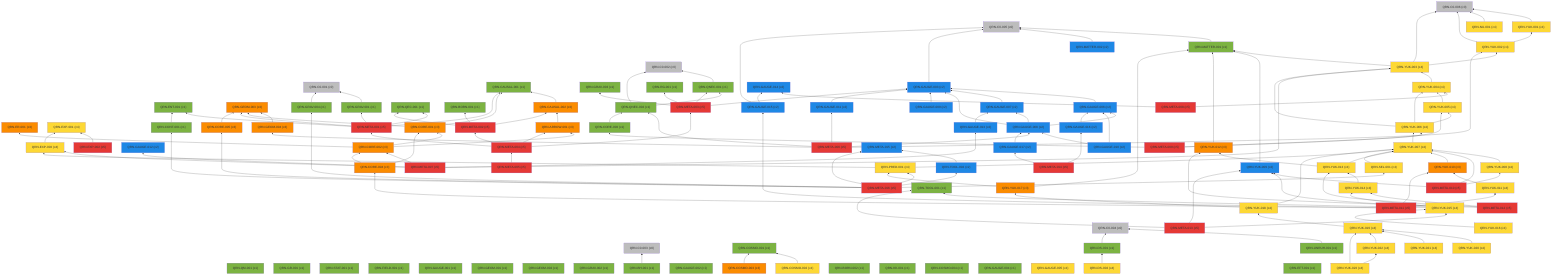
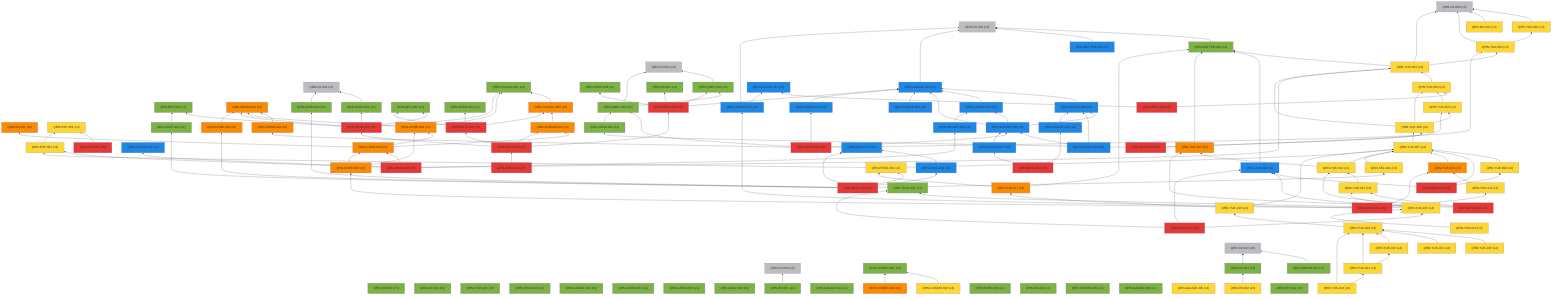
%% 自動生成 (dag/report.pl) — QRN 主張依存グラフ
graph BT
  QRN_C0_001["QRN-C0-001 (c0)"]:::c0
  QRN_C0_002["QRN-C0-002 (c0)"]:::c0
  QRN_C0_003["QRN-C0-003 (c0)"]:::c0
  QRN_C0_004["QRN-C0-004 (c0)"]:::c0
  QRN_C0_005["QRN-C0-005 (c0)"]:::c0
  QRN_C0_006["QRN-C0-006 (c0)"]:::c0
  QRN_QM_001["QRN-QM-001 (c1)"]:::c1
  QRN_GR_001["QRN-GR-001 (c1)"]:::c1
  QRN_STAT_001["QRN-STAT-001 (c1)"]:::c1
  QRN_FIELD_001["QRN-FIELD-001 (c1)"]:::c1
  QRN_GAUGE_001["QRN-GAUGE-001 (c1)"]:::c1
  QRN_ENT_001["QRN-ENT-001 (c1)"]:::c1
  QRN_GEOM_001["QRN-GEOM-001 (c1)"]:::c1
  QRN_GEOM_002["QRN-GEOM-002 (c1)"]:::c1
  QRN_GEOM_003["QRN-GEOM-003 (c3)"]:::c3
  QRN_GRAV_001["QRN-GRAV-001 (c1)"]:::c1
  QRN_GRAV_002["QRN-GRAV-002 (c1)"]:::c1
  QRN_BH_001["QRN-BH-001 (c1)"]:::c1
  QRN_CAUSAL_001["QRN-CAUSAL-001 (c1)"]:::c1
  QRN_CAUSAL_002["QRN-CAUSAL-002 (c3)"]:::c3
  QRN_ER_001["QRN-ER-001 (c3)"]:::c3
  QRN_QEC_001["QRN-QEC-001 (c1)"]:::c1
  QRN_GAUGE_002["QRN-GAUGE-002 (c1)"]:::c1
  QRN_COSMO_001["QRN-COSMO-001 (c1)"]:::c1
  QRN_COSMO_002["QRN-COSMO-002 (c4)"]:::c4
  QRN_COSMO_003["QRN-COSMO-003 (c3)"]:::c3
  QRN_BORN_001["QRN-BORN-001 (c1)"]:::c1
  QRN_BORN_002["QRN-BORN-002 (c1)"]:::c1
  QRN_GRAV_003["QRN-GRAV-003 (c1)"]:::c1
  QRN_KK_001["QRN-KK-001 (c1)"]:::c1
  QRN_MATTER_001["QRN-MATTER-001 (c1)"]:::c1
  QRN_MATTER_002["QRN-MATTER-002 (c2)"]:::c2
  QRN_COSMO_004["QRN-COSMO-004 (c1)"]:::c1
  QRN_EXP_001["QRN-EXP-001 (c4)"]:::c4
  QRN_GAUGE_003["QRN-GAUGE-003 (c2)"]:::c2
  QRN_GAUGE_004["QRN-GAUGE-004 (c1)"]:::c1
  QRN_GAUGE_005["QRN-GAUGE-005 (c4)"]:::c4
  QRN_YUK_001["QRN-YUK-001 (c4)"]:::c4
  QRN_RG_001["QRN-RG-001 (c1)"]:::c1
  QRN_UNRUH_001["QRN-UNRUH-001 (c1)"]:::c1
  QRN_QNEC_001["QRN-QNEC-001 (c1)"]:::c1
  QRN_NU_001["QRN-NU-001 (c4)"]:::c4
  QRN_GAUGE_006["QRN-GAUGE-006 (c2)"]:::c2
  QRN_DS_001["QRN-DS-001 (c1)"]:::c1
  QRN_DS_002["QRN-DS-002 (c4)"]:::c4
  QRN_ARROW_001["QRN-ARROW-001 (c3)"]:::c3
  QRN_GAUGE_007["QRN-GAUGE-007 (c2)"]:::c2
  QRN_EFT_001["QRN-EFT-001 (c1)"]:::c1
  QRN_GAUGE_008["QRN-GAUGE-008 (c2)"]:::c2
  QRN_GAUGE_009["QRN-GAUGE-009 (c2)"]:::c2
  QRN_GAUGE_010["QRN-GAUGE-010 (c2)"]:::c2
  QRN_QNEC_002["QRN-QNEC-002 (c1)"]:::c1
  QRN_GEOM_004["QRN-GEOM-004 (c3)"]:::c3
  QRN_YUK_002["QRN-YUK-002 (c4)"]:::c4
  QRN_EXP_002["QRN-EXP-002 (c5)"]:::c5
  QRN_CORE_001["QRN-CORE-001 (c3)"]:::c3
  QRN_GAUGE_011["QRN-GAUGE-011 (c2)"]:::c2
  QRN_GAUGE_012["QRN-GAUGE-012 (c2)"]:::c2
  QRN_YUK_003["QRN-YUK-003 (c4)"]:::c4
  QRN_EXP_003["QRN-EXP-003 (c4)"]:::c4
  QRN_CORE_002["QRN-CORE-002 (c3)"]:::c3
  QRN_GAUGE_013["QRN-GAUGE-013 (c2)"]:::c2
  QRN_YUK_004["QRN-YUK-004 (c4)"]:::c4
  QRN_GAUGE_014["QRN-GAUGE-014 (c2)"]:::c2
  QRN_META_001["QRN-META-001 (c5)"]:::c5
  QRN_META_002["QRN-META-002 (c5)"]:::c5
  QRN_META_003["QRN-META-003 (c5)"]:::c5
  QRN_META_004["QRN-META-004 (c5)"]:::c5
  QRN_META_005["QRN-META-005 (c5)"]:::c5
  QRN_META_006["QRN-META-006 (c5)"]:::c5
  QRN_META_007["QRN-META-007 (c5)"]:::c5
  QRN_META_008["QRN-META-008 (c5)"]:::c5
  QRN_YUK_005["QRN-YUK-005 (c4)"]:::c4
  QRN_YUK_006["QRN-YUK-006 (c4)"]:::c4
  QRN_CORE_003["QRN-CORE-003 (c1)"]:::c1
  QRN_META_009["QRN-META-009 (c5)"]:::c5
  QRN_YUK_007["QRN-YUK-007 (c4)"]:::c4
  QRN_YUK_008["QRN-YUK-008 (c4)"]:::c4
  QRN_YUK_009["QRN-YUK-009 (c2)"]:::c2
  QRN_META_010["QRN-META-010 (c5)"]:::c5
  QRN_GAUGE_015["QRN-GAUGE-015 (c2)"]:::c2
  QRN_YUK_010["QRN-YUK-010 (c3)"]:::c3
  QRN_YUK_011["QRN-YUK-011 (c4)"]:::c4
  QRN_CORE_004["QRN-CORE-004 (c3)"]:::c3
  QRN_META_011["QRN-META-011 (c5)"]:::c5
  QRN_YUK_012["QRN-YUK-012 (c3)"]:::c3
  QRN_YUK_013["QRN-YUK-013 (c4)"]:::c4
  QRN_YUK_014["QRN-YUK-014 (c4)"]:::c4
  QRN_META_012["QRN-META-012 (c5)"]:::c5
  QRN_TOOL_001["QRN-TOOL-001 (c1)"]:::c1
  QRN_YUK_015["QRN-YUK-015 (c4)"]:::c4
  QRN_META_013["QRN-META-013 (c5)"]:::c5
  QRN_GAUGE_016["QRN-GAUGE-016 (c2)"]:::c2
  QRN_GAUGE_017["QRN-GAUGE-017 (c2)"]:::c2
  QRN_META_014["QRN-META-014 (c5)"]:::c5
  QRN_META_015["QRN-META-015 (c2)"]:::c2
  QRN_TOOL_002["QRN-TOOL-002 (c2)"]:::c2
  QRN_CORE_005["QRN-CORE-005 (c3)"]:::c3
  QRN_CONT_001["QRN-CONT-001 (c1)"]:::c1
  QRN_SEL_001["QRN-SEL-001 (c4)"]:::c4
  QRN_GRAV_004["QRN-GRAV-004 (c1)"]:::c1
  QRN_PRED_001["QRN-PRED-001 (c4)"]:::c4
  QRN_META_016["QRN-META-016 (c5)"]:::c5
  QRN_YUK_016["QRN-YUK-016 (c4)"]:::c4
  QRN_YUK_017["QRN-YUK-017 (c3)"]:::c3
  QRN_YUK_018["QRN-YUK-018 (c4)"]:::c4
  QRN_YUK_019["QRN-YUK-019 (c4)"]:::c4
  QRN_YUK_020["QRN-YUK-020 (c4)"]:::c4
  QRN_YUK_021["QRN-YUK-021 (c4)"]:::c4
  QRN_YUK_022["QRN-YUK-022 (c4)"]:::c4
  QRN_YUK_023["QRN-YUK-023 (c4)"]:::c4
+   QRN_YUK_024["QRN-YUK-024 (c4)"]:::c4
  QRN_GRAV_001 --> QRN_C0_001
  QRN_BH_001 --> QRN_C0_003
  QRN_CAUSAL_002 --> QRN_CAUSAL_001
  QRN_COSMO_002 --> QRN_COSMO_001
  QRN_COSMO_003 --> QRN_COSMO_001
  QRN_MATTER_001 --> QRN_C0_005
  QRN_MATTER_002 --> QRN_C0_005
  QRN_GAUGE_003 --> QRN_C0_005
  QRN_YUK_001 --> QRN_C0_006
  QRN_UNRUH_001 --> QRN_C0_004
  QRN_QNEC_001 --> QRN_C0_002
  QRN_NU_001 --> QRN_C0_006
  QRN_GAUGE_006 --> QRN_GAUGE_003
  QRN_DS_001 --> QRN_C0_004
  QRN_DS_002 --> QRN_DS_001
  QRN_ARROW_001 --> QRN_CAUSAL_002
  QRN_GAUGE_007 --> QRN_GAUGE_003
  QRN_GAUGE_008 --> QRN_GAUGE_003
  QRN_GAUGE_008 --> QRN_GAUGE_006
  QRN_GAUGE_008 --> QRN_GAUGE_007
  QRN_GAUGE_009 --> QRN_GAUGE_003
  QRN_GAUGE_010 --> QRN_GAUGE_006
  QRN_GAUGE_010 --> QRN_GAUGE_008
  QRN_QNEC_002 --> QRN_C0_002
  QRN_QNEC_002 --> QRN_QNEC_001
  QRN_GEOM_004 --> QRN_GEOM_003
  QRN_YUK_002 --> QRN_C0_006
  QRN_YUK_002 --> QRN_YUK_001
  QRN_EXP_002 --> QRN_EXP_001
  QRN_CORE_001 --> QRN_GEOM_003
  QRN_CORE_001 --> QRN_CAUSAL_001
  QRN_GAUGE_011 --> QRN_GAUGE_003
  QRN_YUK_003 --> QRN_C0_006
  QRN_YUK_003 --> QRN_MATTER_001
  QRN_YUK_003 --> QRN_YUK_002
  QRN_EXP_003 --> QRN_EXP_001
  QRN_CORE_002 --> QRN_CORE_001
  QRN_CORE_002 --> QRN_ER_001
  QRN_CORE_002 --> QRN_ARROW_001
  QRN_GAUGE_013 --> QRN_GAUGE_007
  QRN_YUK_004 --> QRN_YUK_003
  QRN_META_001 --> QRN_GEOM_003
  QRN_META_001 --> QRN_GRAV_001
  QRN_META_001 --> QRN_CAUSAL_001
  QRN_META_001 --> QRN_QEC_001
  QRN_META_001 --> QRN_ENT_001
  QRN_META_002 --> QRN_QEC_001
  QRN_META_002 --> QRN_BORN_001
  QRN_META_002 --> QRN_CAUSAL_002
  QRN_META_003 --> QRN_GAUGE_003
  QRN_META_003 --> QRN_RG_001
  QRN_META_003 --> QRN_QNEC_001
  QRN_META_003 --> QRN_GRAV_003
  QRN_META_004 --> QRN_META_001
  QRN_META_004 --> QRN_META_002
  QRN_META_004 --> QRN_META_003
  QRN_META_004 --> QRN_ARROW_001
  QRN_META_005 --> QRN_META_004
  QRN_META_006 --> QRN_GAUGE_008
  QRN_META_006 --> QRN_QNEC_002
  QRN_META_006 --> QRN_GEOM_004
  QRN_META_006 --> QRN_YUK_002
  QRN_META_006 --> QRN_GAUGE_011
  QRN_META_007 --> QRN_GAUGE_012
  QRN_META_007 --> QRN_YUK_003
  QRN_META_007 --> QRN_EXP_003
  QRN_META_007 --> QRN_CORE_002
  QRN_META_007 --> QRN_GAUGE_013
  QRN_META_008 --> QRN_YUK_004
  QRN_META_008 --> QRN_GAUGE_014
  QRN_YUK_005 --> QRN_YUK_004
  QRN_YUK_006 --> QRN_YUK_003
  QRN_YUK_006 --> QRN_YUK_004
  QRN_YUK_006 --> QRN_YUK_005
  QRN_CORE_003 --> QRN_QNEC_002
  QRN_META_009 --> QRN_YUK_005
  QRN_META_009 --> QRN_YUK_006
  QRN_META_009 --> QRN_CORE_003
  QRN_YUK_007 --> QRN_YUK_006
  QRN_YUK_008 --> QRN_YUK_007
  QRN_YUK_009 --> QRN_MATTER_001
  QRN_META_010 --> QRN_YUK_007
  QRN_META_010 --> QRN_YUK_008
  QRN_META_010 --> QRN_YUK_009
  QRN_GAUGE_015 --> QRN_C0_005
  QRN_GAUGE_015 --> QRN_GAUGE_014
  QRN_YUK_010 --> QRN_YUK_007
  QRN_YUK_011 --> QRN_YUK_010
  QRN_CORE_004 --> QRN_CORE_001
  QRN_CORE_004 --> QRN_CORE_002
  QRN_META_011 --> QRN_GAUGE_015
  QRN_META_011 --> QRN_YUK_010
  QRN_META_011 --> QRN_YUK_011
  QRN_META_011 --> QRN_CORE_004
  QRN_YUK_012 --> QRN_MATTER_001
  QRN_YUK_013 --> QRN_YUK_012
  QRN_YUK_013 --> QRN_YUK_007
  QRN_YUK_014 --> QRN_YUK_013
  QRN_META_012 --> QRN_YUK_012
  QRN_META_012 --> QRN_YUK_013
  QRN_META_012 --> QRN_YUK_014
  QRN_YUK_015 --> QRN_YUK_014
  QRN_YUK_015 --> QRN_TOOL_001
  QRN_YUK_015 --> QRN_YUK_009
  QRN_META_013 --> QRN_YUK_015
  QRN_META_013 --> QRN_TOOL_001
  QRN_META_013 --> QRN_YUK_009
  QRN_GAUGE_016 --> QRN_GAUGE_006
  QRN_GAUGE_017 --> QRN_GAUGE_008
  QRN_META_014 --> QRN_GAUGE_016
  QRN_META_014 --> QRN_GAUGE_017
  QRN_TOOL_002 --> QRN_META_015
  QRN_CORE_005 --> QRN_GEOM_003
  QRN_CONT_001 --> QRN_ENT_001
  QRN_SEL_001 --> QRN_YUK_007
  QRN_GRAV_004 --> QRN_C0_001
  QRN_PRED_001 --> QRN_YUK_007
  QRN_PRED_001 --> QRN_EXP_003
  QRN_META_016 --> QRN_META_015
  QRN_META_016 --> QRN_TOOL_002
  QRN_META_016 --> QRN_CORE_005
  QRN_META_016 --> QRN_CONT_001
  QRN_META_016 --> QRN_SEL_001
  QRN_META_016 --> QRN_GRAV_004
  QRN_META_016 --> QRN_PRED_001
  QRN_YUK_016 --> QRN_YUK_015
  QRN_YUK_017 --> QRN_MATTER_001
  QRN_YUK_017 --> QRN_PRED_001
  QRN_YUK_018 --> QRN_YUK_017
  QRN_YUK_018 --> QRN_YUK_007
  QRN_YUK_019 --> QRN_YUK_018
  QRN_YUK_020 --> QRN_YUK_019
  QRN_YUK_021 --> QRN_YUK_019
  QRN_YUK_022 --> QRN_YUK_019
  QRN_YUK_023 --> QRN_YUK_019
  QRN_YUK_023 --> QRN_YUK_022
+   QRN_YUK_024 --> QRN_YUK_019
+   QRN_YUK_024 --> QRN_YUK_023
  classDef c0 fill:#bdbdbd
  classDef c1 fill:#7cb342
  classDef c2 fill:#1e88e5
  classDef c3 fill:#fb8c00
  classDef c4 fill:#fdd835
  classDef c5 fill:#e53935
